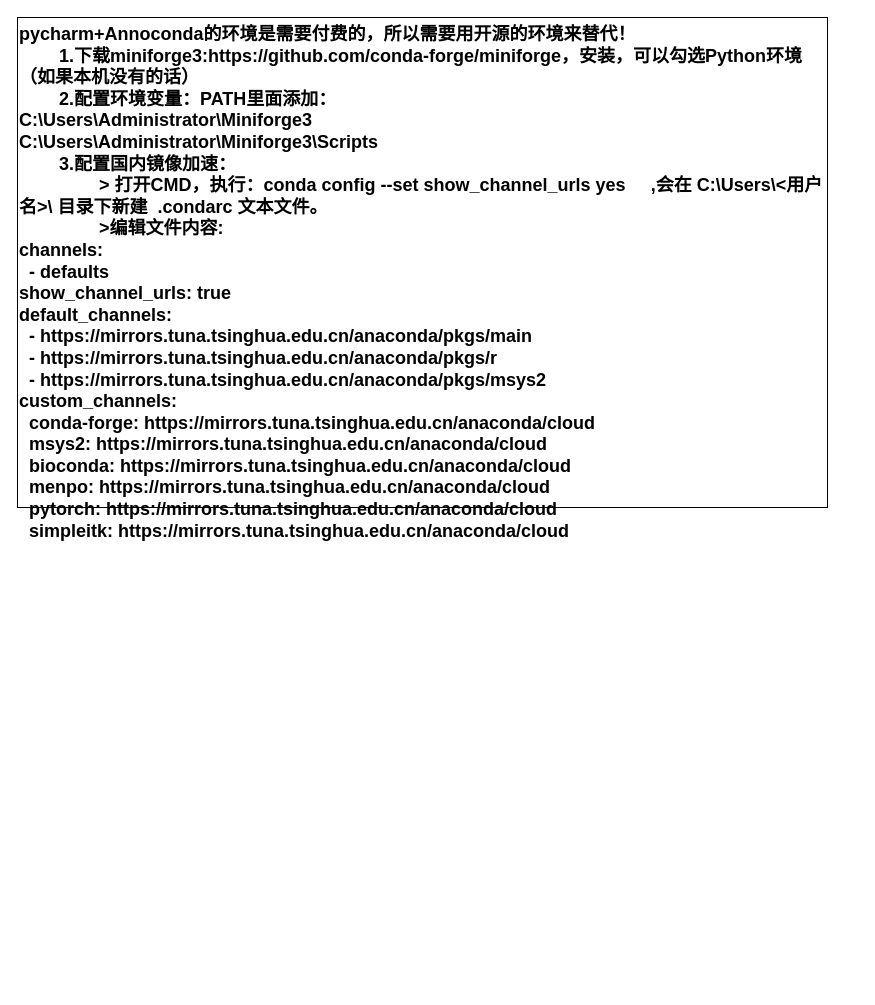
KGwolf/MyDraw keeps this draw.io diagram as AI/Python.drawio. Above is the earlier version. Source tidied: cells renumbered, new cells numbered last; positions are measured from the earlier drawing's top-left corner, leaving out a move shared by most shapes. Both pictures are drawn from the tidied source at 100%, with x=0, y=0 at pixel (17, 17).
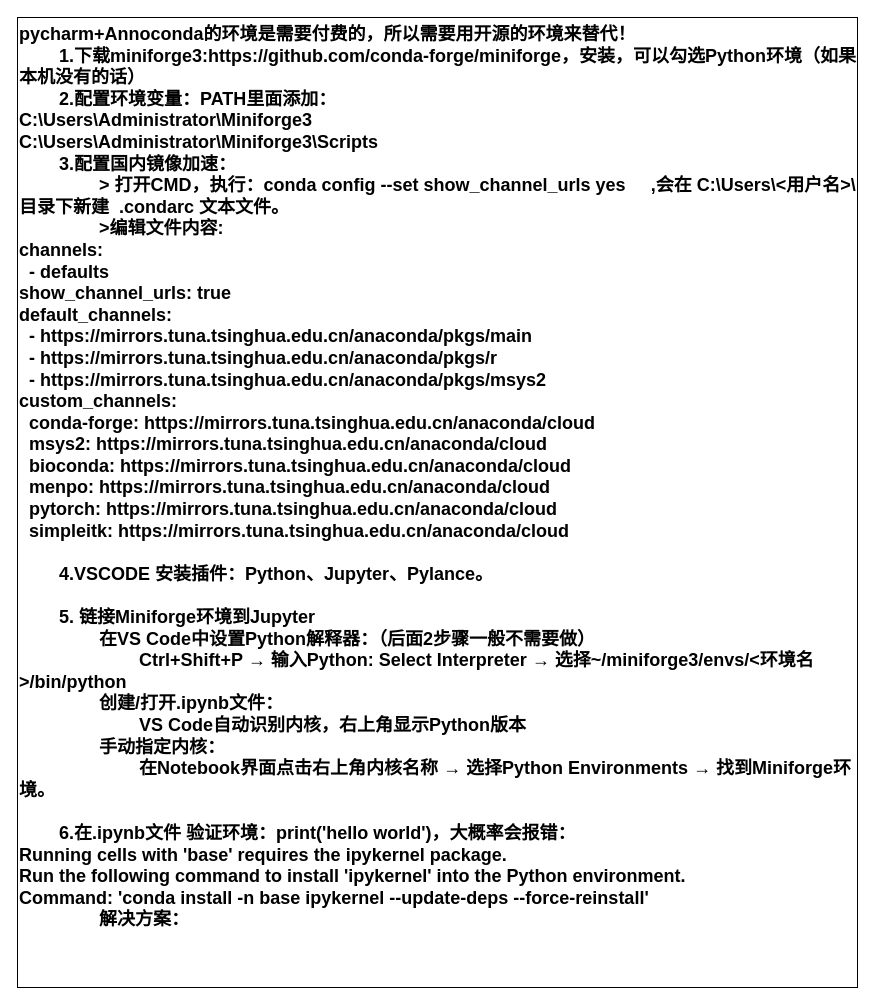
The same diagram, later.

Change to the diagram source:
```diff
@@
 <mxGraphModel>
   <root>
     <mxCell id="0" />
     <mxCell id="1" parent="0" />
-    <mxCell id="2" value="pycharm+Annoconda的环境是需要付费的，所以需要用开源的环境来替代！&lt;div&gt;&lt;span style=&quot;white-space: pre;&quot;&gt;&#9;&lt;/span&gt;1.下载&lt;span style=&quot;background-color: transparent; color: light-dark(rgb(0, 0, 0), rgb(255, 255, 255));&quot;&gt;miniforge3:&lt;/span&gt;&lt;span style=&quot;background-color: transparent; color: light-dark(rgb(0, 0, 0), rgb(255, 255, 255));&quot;&gt;https://github.com/conda-forge/miniforge，安装，可以勾选Python环境（如果本机没有的话）&lt;/span&gt;&lt;/div&gt;&lt;div&gt;&lt;span style=&quot;background-color: transparent; color: light-dark(rgb(0, 0, 0), rgb(255, 255, 255));&quot;&gt;&lt;span style=&quot;white-space: pre;&quot;&gt;&#9;&lt;/span&gt;2.配置环境变量：PATH里面添加：&lt;br&gt;&lt;/span&gt;&lt;/div&gt;&lt;div&gt;&lt;span style=&quot;background-color: transparent;&quot;&gt;&lt;div style=&quot;&quot;&gt;C:\Users\Administrator\Miniforge3&lt;/div&gt;&lt;div style=&quot;&quot;&gt;C:\Users\Administrator\Miniforge3\Scripts&lt;/div&gt;&lt;/span&gt;&lt;/div&gt;&lt;div&gt;&lt;span style=&quot;background-color: transparent; color: light-dark(rgb(0, 0, 0), rgb(255, 255, 255));&quot;&gt;&lt;span style=&quot;white-space: pre;&quot;&gt;&#9;&lt;/span&gt;3.&lt;/span&gt;&lt;span style=&quot;background-color: transparent;&quot;&gt;配置国内镜像加速：&lt;/span&gt;&lt;span style=&quot;background-color: transparent; color: light-dark(rgb(0, 0, 0), rgb(255, 255, 255));&quot;&gt;&lt;br&gt;&lt;/span&gt;&lt;/div&gt;&lt;div&gt;&lt;span style=&quot;background-color: transparent;&quot;&gt;&lt;span style=&quot;white-space: pre;&quot;&gt;&#9;&lt;/span&gt;&lt;span style=&quot;white-space: pre;&quot;&gt;&#9;&lt;/span&gt;&amp;gt; 打开CMD，执行：&lt;/span&gt;&lt;span style=&quot;background-color: transparent;&quot;&gt;conda config --set show_channel_urls yes&amp;nbsp; &amp;nbsp; &amp;nbsp;,会&lt;/span&gt;&lt;span style=&quot;background-color: transparent;&quot;&gt;在 C:\Users\&amp;lt;用户名&amp;gt;\ 目录下新建&amp;nbsp; .condarc 文本文件。&lt;/span&gt;&lt;span style=&quot;background-color: transparent;&quot;&gt;&lt;br&gt;&lt;/span&gt;&lt;/div&gt;&lt;div&gt;&lt;span style=&quot;background-color: transparent;&quot;&gt;&lt;span style=&quot;white-space: pre;&quot;&gt;&#9;&lt;/span&gt;&lt;span style=&quot;white-space: pre;&quot;&gt;&#9;&lt;/span&gt;&amp;gt;&lt;/span&gt;&lt;span style=&quot;background-color: transparent;&quot;&gt;编辑文件内容:&lt;/span&gt;&lt;span style=&quot;background-color: transparent;&quot;&gt;&lt;br&gt;&lt;/span&gt;&lt;/div&gt;&lt;div&gt;&lt;span style=&quot;background-color: transparent;&quot;&gt;&lt;div&gt;channels:&lt;/div&gt;&lt;div&gt;&amp;nbsp; - defaults&lt;/div&gt;&lt;div&gt;show_channel_urls: true&lt;/div&gt;&lt;div&gt;default_channels:&lt;/div&gt;&lt;div&gt;&amp;nbsp; - https://mirrors.tuna.tsinghua.edu.cn/anaconda/pkgs/main&lt;/div&gt;&lt;div&gt;&amp;nbsp; - https://mirrors.tuna.tsinghua.edu.cn/anaconda/pkgs/r&lt;/div&gt;&lt;div&gt;&amp;nbsp; - https://mirrors.tuna.tsinghua.edu.cn/anaconda/pkgs/msys2&lt;/div&gt;&lt;div&gt;custom_channels:&lt;/div&gt;&lt;div&gt;&amp;nbsp; conda-forge: https://mirrors.tuna.tsinghua.edu.cn/anaconda/cloud&lt;/div&gt;&lt;div&gt;&amp;nbsp; msys2: https://mirrors.tuna.tsinghua.edu.cn/anaconda/cloud&lt;/div&gt;&lt;div&gt;&amp;nbsp; bioconda: https://mirrors.tuna.tsinghua.edu.cn/anaconda/cloud&lt;/div&gt;&lt;div&gt;&amp;nbsp; menpo: https://mirrors.tuna.tsinghua.edu.cn/anaconda/cloud&lt;/div&gt;&lt;div&gt;&amp;nbsp; pytorch: https://mirrors.tuna.tsinghua.edu.cn/anaconda/cloud&lt;/div&gt;&lt;div&gt;&amp;nbsp; simpleitk: https://mirrors.tuna.tsinghua.edu.cn/anaconda/cloud&lt;/div&gt;&lt;div&gt;&lt;span style=&quot;white-space: pre;&quot;&gt;&#9;&lt;/span&gt;&lt;span style=&quot;white-space: pre;&quot;&gt;&#9;&lt;/span&gt;&lt;br&gt;&lt;/div&gt;&lt;/span&gt;&lt;/div&gt;" style="rounded=0;whiteSpace=wrap;html=1;fontSize=18;fontStyle=1;align=left;verticalAlign=top;" parent="1" vertex="1">
-      <mxGeometry width="810" height="490" as="geometry" />
+    <mxCell id="2" value="pycharm+Annoconda的环境是需要付费的，所以需要用开源的环境来替代！&lt;div&gt;&lt;span style=&quot;white-space: pre;&quot;&gt;&#9;&lt;/span&gt;1.下载&lt;span style=&quot;background-color: transparent; color: light-dark(rgb(0, 0, 0), rgb(255, 255, 255));&quot;&gt;miniforge3:&lt;/span&gt;&lt;span style=&quot;background-color: transparent; color: light-dark(rgb(0, 0, 0), rgb(255, 255, 255));&quot;&gt;https://github.com/conda-forge/miniforge，安装，可以勾选Python环境（如果本机没有的话）&lt;/span&gt;&lt;/div&gt;&lt;div&gt;&lt;span style=&quot;background-color: transparent; color: light-dark(rgb(0, 0, 0), rgb(255, 255, 255));&quot;&gt;&lt;span style=&quot;white-space: pre;&quot;&gt;&#9;&lt;/span&gt;2.配置环境变量：PATH里面添加：&lt;br&gt;&lt;/span&gt;&lt;/div&gt;&lt;div&gt;&lt;span style=&quot;background-color: transparent;&quot;&gt;&lt;div style=&quot;&quot;&gt;C:\Users\Administrator\Miniforge3&lt;/div&gt;&lt;div style=&quot;&quot;&gt;C:\Users\Administrator\Miniforge3\Scripts&lt;/div&gt;&lt;/span&gt;&lt;/div&gt;&lt;div&gt;&lt;span style=&quot;background-color: transparent; color: light-dark(rgb(0, 0, 0), rgb(255, 255, 255));&quot;&gt;&lt;span style=&quot;white-space: pre;&quot;&gt;&#9;&lt;/span&gt;3.&lt;/span&gt;&lt;span style=&quot;background-color: transparent;&quot;&gt;配置国内镜像加速：&lt;/span&gt;&lt;span style=&quot;background-color: transparent; color: light-dark(rgb(0, 0, 0), rgb(255, 255, 255));&quot;&gt;&lt;br&gt;&lt;/span&gt;&lt;/div&gt;&lt;div&gt;&lt;span style=&quot;background-color: transparent;&quot;&gt;&lt;span style=&quot;white-space: pre;&quot;&gt;&#9;&lt;/span&gt;&lt;span style=&quot;white-space: pre;&quot;&gt;&#9;&lt;/span&gt;&amp;gt; 打开CMD，执行：&lt;/span&gt;&lt;span style=&quot;background-color: transparent;&quot;&gt;conda config --set show_channel_urls yes&amp;nbsp; &amp;nbsp; &amp;nbsp;,会&lt;/span&gt;&lt;span style=&quot;background-color: transparent;&quot;&gt;在 C:\Users\&amp;lt;用户名&amp;gt;\ 目录下新建&amp;nbsp; .condarc 文本文件。&lt;/span&gt;&lt;span style=&quot;background-color: transparent;&quot;&gt;&lt;br&gt;&lt;/span&gt;&lt;/div&gt;&lt;div&gt;&lt;span style=&quot;background-color: transparent;&quot;&gt;&lt;span style=&quot;white-space: pre;&quot;&gt;&#9;&lt;/span&gt;&lt;span style=&quot;white-space: pre;&quot;&gt;&#9;&lt;/span&gt;&amp;gt;&lt;/span&gt;&lt;span style=&quot;background-color: transparent;&quot;&gt;编辑文件内容:&lt;/span&gt;&lt;span style=&quot;background-color: transparent;&quot;&gt;&lt;br&gt;&lt;/span&gt;&lt;/div&gt;&lt;div&gt;&lt;span style=&quot;background-color: transparent;&quot;&gt;&lt;div&gt;channels:&lt;/div&gt;&lt;div&gt;&amp;nbsp; - defaults&lt;/div&gt;&lt;div&gt;show_channel_urls: true&lt;/div&gt;&lt;div&gt;default_channels:&lt;/div&gt;&lt;div&gt;&amp;nbsp; - https://mirrors.tuna.tsinghua.edu.cn/anaconda/pkgs/main&lt;/div&gt;&lt;div&gt;&amp;nbsp; - https://mirrors.tuna.tsinghua.edu.cn/anaconda/pkgs/r&lt;/div&gt;&lt;div&gt;&amp;nbsp; - https://mirrors.tuna.tsinghua.edu.cn/anaconda/pkgs/msys2&lt;/div&gt;&lt;div&gt;custom_channels:&lt;/div&gt;&lt;div&gt;&amp;nbsp; conda-forge: https://mirrors.tuna.tsinghua.edu.cn/anaconda/cloud&lt;/div&gt;&lt;div&gt;&amp;nbsp; msys2: https://mirrors.tuna.tsinghua.edu.cn/anaconda/cloud&lt;/div&gt;&lt;div&gt;&amp;nbsp; bioconda: https://mirrors.tuna.tsinghua.edu.cn/anaconda/cloud&lt;/div&gt;&lt;div&gt;&amp;nbsp; menpo: https://mirrors.tuna.tsinghua.edu.cn/anaconda/cloud&lt;/div&gt;&lt;div&gt;&amp;nbsp; pytorch: https://mirrors.tuna.tsinghua.edu.cn/anaconda/cloud&lt;/div&gt;&lt;div&gt;&amp;nbsp; simpleitk: https://mirrors.tuna.tsinghua.edu.cn/anaconda/cloud&lt;/div&gt;&lt;div&gt;&lt;span style=&quot;white-space: pre;&quot;&gt;&#9;&lt;/span&gt;&lt;br&gt;&lt;/div&gt;&lt;div&gt;&lt;span style=&quot;white-space: pre;&quot;&gt;&#9;&lt;/span&gt;4.VSCODE 安装插件：Python、Jupyter、Pylance。&lt;/div&gt;&lt;div&gt;&lt;br&gt;&lt;/div&gt;&lt;div&gt;&lt;span style=&quot;white-space: pre;&quot;&gt;&#9;&lt;/span&gt;5&lt;span style=&quot;background-color: transparent;&quot;&gt;. 链接Miniforge环境到Jupyter&lt;br&gt;&lt;span style=&quot;white-space: pre;&quot;&gt;&#9;&lt;/span&gt;&lt;span style=&quot;white-space: pre;&quot;&gt;&#9;&lt;/span&gt;在VS Code中设置Python解释器：（后面2步骤一般不需要做）&lt;br&gt;&lt;span style=&quot;white-space: pre;&quot;&gt;&#9;&lt;/span&gt;&lt;span style=&quot;white-space: pre;&quot;&gt;&#9;&lt;/span&gt;&lt;span style=&quot;white-space: pre;&quot;&gt;&#9;&lt;/span&gt;Ctrl+Shift+P → 输入Python: Select Interpreter → 选择~/miniforge3/envs/&amp;lt;环境名&amp;gt;/bin/python&lt;br&gt;&lt;span style=&quot;white-space: pre;&quot;&gt;&#9;&lt;/span&gt;&lt;span style=&quot;white-space: pre;&quot;&gt;&#9;&lt;/span&gt;创建/打开.ipynb文件：&lt;br&gt;&lt;span style=&quot;white-space: pre;&quot;&gt;&#9;&lt;/span&gt;&lt;span style=&quot;white-space: pre;&quot;&gt;&#9;&lt;span style=&quot;white-space: pre;&quot;&gt;&#9;&lt;/span&gt;&lt;/span&gt;VS Code自动识别内核，右上角显示Python版本&lt;br&gt;&lt;span style=&quot;white-space: pre;&quot;&gt;&#9;&lt;/span&gt;&lt;span style=&quot;white-space: pre;&quot;&gt;&#9;&lt;/span&gt;手动指定内核：&lt;br&gt;&lt;span style=&quot;white-space: pre;&quot;&gt;&#9;&lt;/span&gt;&lt;span style=&quot;white-space: pre;&quot;&gt;&#9;&lt;/span&gt;&lt;span style=&quot;white-space: pre;&quot;&gt;&#9;&lt;/span&gt;在Notebook界面点击右上角内核名称 → 选择Python Environments → 找到Miniforge环境。&lt;/span&gt;&lt;br&gt;&lt;/div&gt;&lt;div&gt;&lt;span style=&quot;background-color: transparent;&quot;&gt;&lt;br&gt;&lt;/span&gt;&lt;/div&gt;&lt;div&gt;&lt;span style=&quot;background-color: transparent;&quot;&gt;&lt;span style=&quot;white-space: pre;&quot;&gt;&#9;&lt;/span&gt;6.在&lt;/span&gt;&lt;span style=&quot;background-color: transparent; color: light-dark(rgb(0, 0, 0), rgb(255, 255, 255));&quot;&gt;.ipynb文件 验证环境：print('hello world')，大概率会报错：&lt;/span&gt;&lt;span style=&quot;background-color: transparent;&quot;&gt;&lt;br&gt;&lt;/span&gt;&lt;/div&gt;&lt;div&gt;&lt;span style=&quot;background-color: transparent;&quot;&gt;&lt;div style=&quot;&quot;&gt;Running cells with 'base' requires the ipykernel package.&lt;/div&gt;&lt;div style=&quot;&quot;&gt;Run the following command to install 'ipykernel' into the Python environment.&amp;nbsp;&lt;/div&gt;&lt;div style=&quot;&quot;&gt;Command: 'conda install -n base ipykernel --update-deps --force-reinstall'&lt;/div&gt;&lt;div style=&quot;&quot;&gt;&lt;span style=&quot;white-space: pre;&quot;&gt;&#9;&lt;/span&gt;&lt;span style=&quot;white-space: pre;&quot;&gt;&#9;&lt;/span&gt;解决方案：&lt;br&gt;&lt;/div&gt;&lt;/span&gt;&lt;/div&gt;&lt;/span&gt;&lt;/div&gt;" style="rounded=0;whiteSpace=wrap;html=1;fontSize=18;fontStyle=1;align=left;verticalAlign=top;" parent="1" vertex="1">
+      <mxGeometry width="840" height="970" as="geometry" />
     </mxCell>
   </root>
 </mxGraphModel>
```
